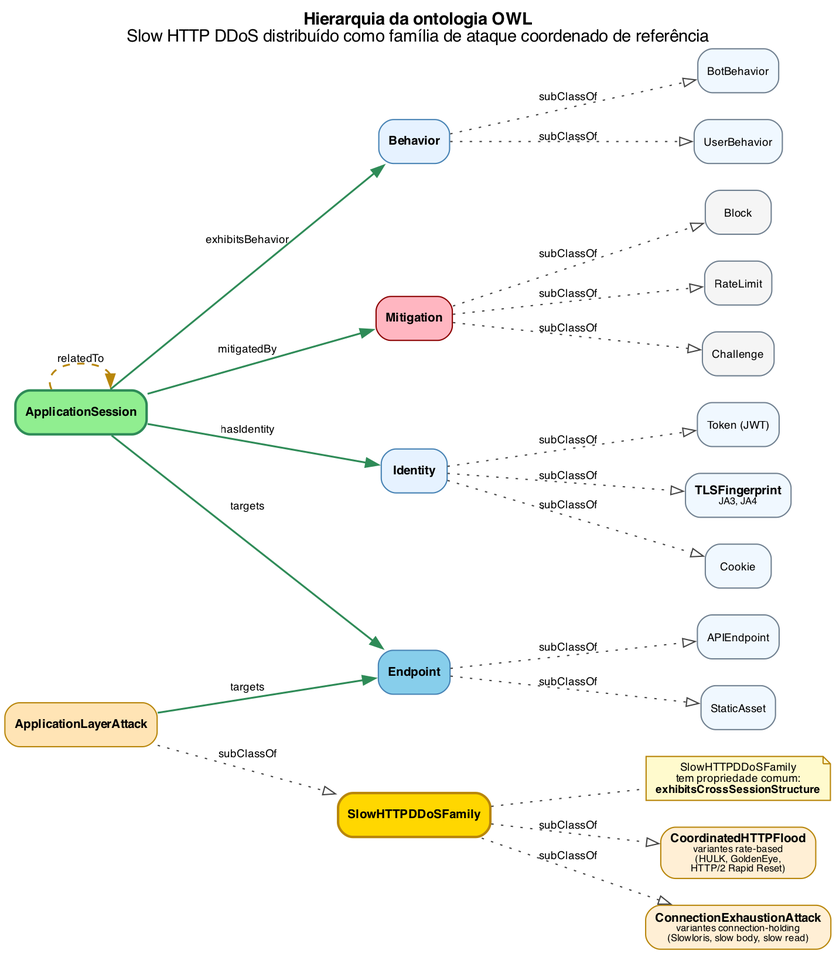
This is docs/figures/png/05-ontology-class-hierarchy.png from Natanael0liveira/knowledge-graph-ddos-article, a Graphviz export, as it was before one commit. Its source is kept beside it as docs/figures/dot/05-ontology-class-hierarchy.dot. The source it was exported from:
```dot

digraph OntologyClassHierarchy {
    rankdir=LR;
    bgcolor="white";
    fontname="Helvetica";
    nodesep=0.3;
    ranksep=1.1;
    labelloc="t";
    label=<<B>Hierarquia da ontologia OWL</B><BR/>Slow HTTP DDoS distribuído como família de ataque coordenado de referência>;

    node [fontname="Helvetica", fontsize=10, shape=box, style="filled,rounded"];
    edge [fontname="Helvetica", fontsize=9, color="#444444"];

    AppSession [
        label=<<B>ApplicationSession</B>>,
        fillcolor="#90EE90", color="#2E8B57", penwidth=2
    ];

    AppLayerAttack [label=<<B>ApplicationLayerAttack</B>>, fillcolor="#FFE4B5", color="#B8860B"];
    SlowHTTPFamily [
        label=<<B>SlowHTTPDDoSFamily</B>>,
        fillcolor="#FFD700", color="#B8860B", penwidth=2
    ];

    CoordHTTPFlood [
        label=<<B>CoordinatedHTTPFlood</B><BR/><FONT POINT-SIZE="8">variantes rate-based<BR/>(HULK, GoldenEye,<BR/>HTTP/2 Rapid Reset)</FONT>>,
        fillcolor="#FFEFD5", color="#B8860B"
    ];

    ConnExhaustion [
        label=<<B>ConnectionExhaustionAttack</B><BR/><FONT POINT-SIZE="8">variantes connection-holding<BR/>(Slowloris, slow body, slow read)</FONT>>,
        fillcolor="#FFEFD5", color="#B8860B"
    ];

    AppLayerAttack -> SlowHTTPFamily [label="subClassOf", style=dotted, arrowhead=empty];
    SlowHTTPFamily -> CoordHTTPFlood [label="subClassOf", style=dotted, arrowhead=empty];
    SlowHTTPFamily -> ConnExhaustion [label="subClassOf", style=dotted, arrowhead=empty];

    Identity [label=<<B>Identity</B>>, fillcolor="#E6F2FF", color="#4682B4"];
    Cookie [label="Cookie", fillcolor="#F0F8FF", color="#708090", fontsize=9];
    Token [label="Token (JWT)", fillcolor="#F0F8FF", color="#708090", fontsize=9];
    TLSFp [label=<<B>TLSFingerprint</B><BR/><FONT POINT-SIZE="8">JA3, JA4</FONT>>, fillcolor="#F0F8FF", color="#708090"];

    Identity -> Cookie [label="subClassOf", style=dotted, arrowhead=empty];
    Identity -> Token [label="subClassOf", style=dotted, arrowhead=empty];
    Identity -> TLSFp [label="subClassOf", style=dotted, arrowhead=empty];

    Endpoint [label=<<B>Endpoint</B>>, fillcolor="#87CEEB", color="#4682B4"];
    APIEp [label="APIEndpoint", fillcolor="#F0F8FF", color="#708090", fontsize=9];
    StaticEp [label="StaticAsset", fillcolor="#F0F8FF", color="#708090", fontsize=9];

    Endpoint -> APIEp [label="subClassOf", style=dotted, arrowhead=empty];
    Endpoint -> StaticEp [label="subClassOf", style=dotted, arrowhead=empty];

    Behavior [label=<<B>Behavior</B>>, fillcolor="#E6F2FF", color="#4682B4"];
    UserBeh [label="UserBehavior", fillcolor="#F0F8FF", color="#708090", fontsize=9];
    BotBeh [label="BotBehavior", fillcolor="#F0F8FF", color="#708090", fontsize=9];

    Behavior -> UserBeh [label="subClassOf", style=dotted, arrowhead=empty];
    Behavior -> BotBeh [label="subClassOf", style=dotted, arrowhead=empty];

    Mitigation [label=<<B>Mitigation</B>>, fillcolor="#FFB6C1", color="#8B0000"];
    RateLim [label="RateLimit", fillcolor="#F5F5F5", color="#708090", fontsize=9];
    Challenge [label="Challenge", fillcolor="#F5F5F5", color="#708090", fontsize=9];
    Block [label="Block", fillcolor="#F5F5F5", color="#708090", fontsize=9];

    Mitigation -> RateLim [label="subClassOf", style=dotted, arrowhead=empty];
    Mitigation -> Challenge [label="subClassOf", style=dotted, arrowhead=empty];
    Mitigation -> Block [label="subClassOf", style=dotted, arrowhead=empty];

    AppSession -> Identity [label="hasIdentity", color="#2E8B57", penwidth=1.5];
    AppSession -> Endpoint [label="targets", color="#2E8B57", penwidth=1.5];
    AppSession -> Behavior [label="exhibitsBehavior", color="#2E8B57", penwidth=1.5];
    AppSession -> AppSession [label="relatedTo", color="#B8860B", style=dashed, penwidth=1.5];
    AppSession -> Mitigation [label="mitigatedBy", color="#2E8B57", penwidth=1.5];

    AppLayerAttack -> Endpoint [label="targets", color="#2E8B57", penwidth=1.5];

    propnote [
        shape=note,
        label=<<FONT POINT-SIZE="9">SlowHTTPDDoSFamily<BR/>tem propriedade comum:<BR/><B>exhibitsCrossSessionStructure</B></FONT>>,
        fillcolor="#FFFACD", color="#B8860B"
    ];
    SlowHTTPFamily -> propnote [style=dotted, arrowhead=none];
}
```
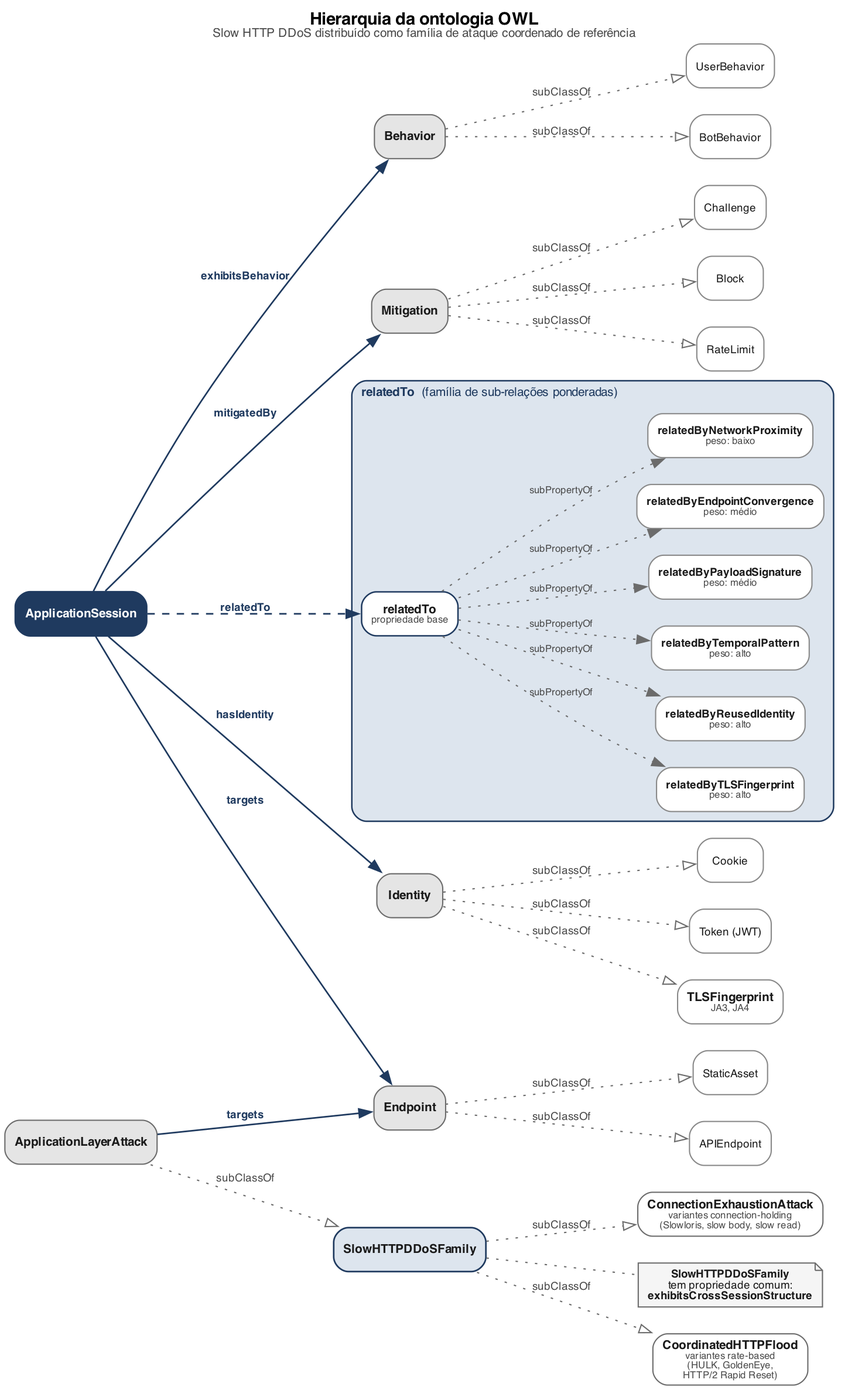
After the commit.

The edit, as a diff of the source:
```diff
@@ -4,82 +4,118 @@
     bgcolor="white";
     fontname="Helvetica";
     nodesep=0.3;
-    ranksep=1.1;
+    ranksep=1.0;
     labelloc="t";
-    label=<<B>Hierarquia da ontologia OWL</B><BR/>Slow HTTP DDoS distribuído como família de ataque coordenado de referência>;
+    label=<<B>Hierarquia da ontologia OWL</B><BR/><FONT POINT-SIZE="10" COLOR="#4A4A4A">Slow HTTP DDoS distribuído como família de ataque coordenado de referência</FONT>>;
 
-    node [fontname="Helvetica", fontsize=10, shape=box, style="filled,rounded"];
-    edge [fontname="Helvetica", fontsize=9, color="#444444"];
+    node [fontname="Helvetica", fontsize=10, shape=box, style="filled,rounded", fontcolor="#1A1A1A"];
+    edge [fontname="Helvetica", fontsize=9, color="#6B6B6B", fontcolor="#4A4A4A"];
 
     AppSession [
         label=<<B>ApplicationSession</B>>,
-        fillcolor="#90EE90", color="#2E8B57", penwidth=2
+        fillcolor="#1F3A5F", fontcolor="white", color="#1F3A5F", penwidth=1.5
     ];
 
-    AppLayerAttack [label=<<B>ApplicationLayerAttack</B>>, fillcolor="#FFE4B5", color="#B8860B"];
+    AppLayerAttack [label=<<B>ApplicationLayerAttack</B>>, fillcolor="#E5E5E5", color="#6B6B6B"];
     SlowHTTPFamily [
         label=<<B>SlowHTTPDDoSFamily</B>>,
-        fillcolor="#FFD700", color="#B8860B", penwidth=2
+        fillcolor="#DDE5EE", color="#1F3A5F", penwidth=1.3
     ];
-
     CoordHTTPFlood [
-        label=<<B>CoordinatedHTTPFlood</B><BR/><FONT POINT-SIZE="8">variantes rate-based<BR/>(HULK, GoldenEye,<BR/>HTTP/2 Rapid Reset)</FONT>>,
-        fillcolor="#FFEFD5", color="#B8860B"
+        label=<<B>CoordinatedHTTPFlood</B><BR/><FONT POINT-SIZE="8" COLOR="#4A4A4A">variantes rate-based<BR/>(HULK, GoldenEye,<BR/>HTTP/2 Rapid Reset)</FONT>>,
+        fillcolor="white", color="#6B6B6B"
     ];
-
     ConnExhaustion [
-        label=<<B>ConnectionExhaustionAttack</B><BR/><FONT POINT-SIZE="8">variantes connection-holding<BR/>(Slowloris, slow body, slow read)</FONT>>,
-        fillcolor="#FFEFD5", color="#B8860B"
+        label=<<B>ConnectionExhaustionAttack</B><BR/><FONT POINT-SIZE="8" COLOR="#4A4A4A">variantes connection-holding<BR/>(Slowloris, slow body, slow read)</FONT>>,
+        fillcolor="white", color="#6B6B6B"
     ];
 
     AppLayerAttack -> SlowHTTPFamily [label="subClassOf", style=dotted, arrowhead=empty];
     SlowHTTPFamily -> CoordHTTPFlood [label="subClassOf", style=dotted, arrowhead=empty];
     SlowHTTPFamily -> ConnExhaustion [label="subClassOf", style=dotted, arrowhead=empty];
 
-    Identity [label=<<B>Identity</B>>, fillcolor="#E6F2FF", color="#4682B4"];
-    Cookie [label="Cookie", fillcolor="#F0F8FF", color="#708090", fontsize=9];
-    Token [label="Token (JWT)", fillcolor="#F0F8FF", color="#708090", fontsize=9];
-    TLSFp [label=<<B>TLSFingerprint</B><BR/><FONT POINT-SIZE="8">JA3, JA4</FONT>>, fillcolor="#F0F8FF", color="#708090"];
+    Identity [label=<<B>Identity</B>>, fillcolor="#E5E5E5", color="#6B6B6B"];
+    Cookie [label="Cookie", fillcolor="white", color="#888888", fontsize=9];
+    Token [label="Token (JWT)", fillcolor="white", color="#888888", fontsize=9];
+    TLSFp [
+        label=<<B>TLSFingerprint</B><BR/><FONT POINT-SIZE="8" COLOR="#4A4A4A">JA3, JA4</FONT>>,
+        fillcolor="white", color="#888888"
+    ];
 
     Identity -> Cookie [label="subClassOf", style=dotted, arrowhead=empty];
     Identity -> Token [label="subClassOf", style=dotted, arrowhead=empty];
     Identity -> TLSFp [label="subClassOf", style=dotted, arrowhead=empty];
 
-    Endpoint [label=<<B>Endpoint</B>>, fillcolor="#87CEEB", color="#4682B4"];
-    APIEp [label="APIEndpoint", fillcolor="#F0F8FF", color="#708090", fontsize=9];
-    StaticEp [label="StaticAsset", fillcolor="#F0F8FF", color="#708090", fontsize=9];
+    Endpoint [label=<<B>Endpoint</B>>, fillcolor="#E5E5E5", color="#6B6B6B"];
+    APIEp [label="APIEndpoint", fillcolor="white", color="#888888", fontsize=9];
+    StaticEp [label="StaticAsset", fillcolor="white", color="#888888", fontsize=9];
 
     Endpoint -> APIEp [label="subClassOf", style=dotted, arrowhead=empty];
     Endpoint -> StaticEp [label="subClassOf", style=dotted, arrowhead=empty];
 
-    Behavior [label=<<B>Behavior</B>>, fillcolor="#E6F2FF", color="#4682B4"];
-    UserBeh [label="UserBehavior", fillcolor="#F0F8FF", color="#708090", fontsize=9];
-    BotBeh [label="BotBehavior", fillcolor="#F0F8FF", color="#708090", fontsize=9];
+    Behavior [label=<<B>Behavior</B>>, fillcolor="#E5E5E5", color="#6B6B6B"];
+    UserBeh [label="UserBehavior", fillcolor="white", color="#888888", fontsize=9];
+    BotBeh [label="BotBehavior", fillcolor="white", color="#888888", fontsize=9];
 
     Behavior -> UserBeh [label="subClassOf", style=dotted, arrowhead=empty];
     Behavior -> BotBeh [label="subClassOf", style=dotted, arrowhead=empty];
 
-    Mitigation [label=<<B>Mitigation</B>>, fillcolor="#FFB6C1", color="#8B0000"];
-    RateLim [label="RateLimit", fillcolor="#F5F5F5", color="#708090", fontsize=9];
-    Challenge [label="Challenge", fillcolor="#F5F5F5", color="#708090", fontsize=9];
-    Block [label="Block", fillcolor="#F5F5F5", color="#708090", fontsize=9];
+    Mitigation [label=<<B>Mitigation</B>>, fillcolor="#E5E5E5", color="#6B6B6B"];
+    RateLim [label="RateLimit", fillcolor="white", color="#888888", fontsize=9];
+    Challenge [label="Challenge", fillcolor="white", color="#888888", fontsize=9];
+    Block [label="Block", fillcolor="white", color="#888888", fontsize=9];
 
     Mitigation -> RateLim [label="subClassOf", style=dotted, arrowhead=empty];
     Mitigation -> Challenge [label="subClassOf", style=dotted, arrowhead=empty];
     Mitigation -> Block [label="subClassOf", style=dotted, arrowhead=empty];
 
-    AppSession -> Identity [label="hasIdentity", color="#2E8B57", penwidth=1.5];
-    AppSession -> Endpoint [label="targets", color="#2E8B57", penwidth=1.5];
-    AppSession -> Behavior [label="exhibitsBehavior", color="#2E8B57", penwidth=1.5];
-    AppSession -> AppSession [label="relatedTo", color="#B8860B", style=dashed, penwidth=1.5];
-    AppSession -> Mitigation [label="mitigatedBy", color="#2E8B57", penwidth=1.5];
+    AppSession -> Identity   [label=<<B>hasIdentity</B>>,        color="#1F3A5F", fontcolor="#1F3A5F", penwidth=1.3];
+    AppSession -> Endpoint   [label=<<B>targets</B>>,             color="#1F3A5F", fontcolor="#1F3A5F", penwidth=1.3];
+    AppSession -> Behavior   [label=<<B>exhibitsBehavior</B>>,    color="#1F3A5F", fontcolor="#1F3A5F", penwidth=1.3];
+    AppSession -> Mitigation [label=<<B>mitigatedBy</B>>,         color="#1F3A5F", fontcolor="#1F3A5F", penwidth=1.3];
 
-    AppLayerAttack -> Endpoint [label="targets", color="#2E8B57", penwidth=1.5];
+    subgraph cluster_relatedTo {
+        label=<<B>relatedTo</B>  (família de sub-relações ponderadas)>;
+        labelloc="t";
+        labeljust="l";
+        fontsize=10;
+        fontcolor="#1F3A5F";
+        style="filled,rounded";
+        fillcolor="#DDE5EE";
+        color="#1F3A5F";
+        penwidth=1.2;
+
+        rt_root [
+            label=<<B>relatedTo</B><BR/><FONT POINT-SIZE="8" COLOR="#4A4A4A">propriedade base</FONT>>,
+            fillcolor="white", color="#1F3A5F", penwidth=1.2
+        ];
+
+        rt_tls [label=<<B>relatedByTLSFingerprint</B><BR/><FONT POINT-SIZE="8" COLOR="#4A4A4A">peso: alto</FONT>>, fillcolor="white", color="#888888", fontsize=9];
+        rt_id  [label=<<B>relatedByReusedIdentity</B><BR/><FONT POINT-SIZE="8" COLOR="#4A4A4A">peso: alto</FONT>>, fillcolor="white", color="#888888", fontsize=9];
+        rt_tmp [label=<<B>relatedByTemporalPattern</B><BR/><FONT POINT-SIZE="8" COLOR="#4A4A4A">peso: alto</FONT>>, fillcolor="white", color="#888888", fontsize=9];
+        rt_pl  [label=<<B>relatedByPayloadSignature</B><BR/><FONT POINT-SIZE="8" COLOR="#4A4A4A">peso: médio</FONT>>, fillcolor="white", color="#888888", fontsize=9];
+        rt_ec  [label=<<B>relatedByEndpointConvergence</B><BR/><FONT POINT-SIZE="8" COLOR="#4A4A4A">peso: médio</FONT>>, fillcolor="white", color="#888888", fontsize=9];
+        rt_net [label=<<B>relatedByNetworkProximity</B><BR/><FONT POINT-SIZE="8" COLOR="#4A4A4A">peso: baixo</FONT>>, fillcolor="white", color="#888888", fontsize=9];
+
+        rt_root -> rt_tls [label="subPropertyOf", style=dotted, fontsize=8];
+        rt_root -> rt_id  [label="subPropertyOf", style=dotted, fontsize=8];
+        rt_root -> rt_tmp [label="subPropertyOf", style=dotted, fontsize=8];
+        rt_root -> rt_pl  [label="subPropertyOf", style=dotted, fontsize=8];
+        rt_root -> rt_ec  [label="subPropertyOf", style=dotted, fontsize=8];
+        rt_root -> rt_net [label="subPropertyOf", style=dotted, fontsize=8];
+    }
+
+    AppSession -> rt_root [
+        label=<<B>relatedTo</B>>,
+        color="#1F3A5F", fontcolor="#1F3A5F", penwidth=1.3, style=dashed
+    ];
+
+    AppLayerAttack -> Endpoint [label=<<B>targets</B>>, color="#1F3A5F", fontcolor="#1F3A5F", penwidth=1.3];
 
     propnote [
         shape=note,
-        label=<<FONT POINT-SIZE="9">SlowHTTPDDoSFamily<BR/>tem propriedade comum:<BR/><B>exhibitsCrossSessionStructure</B></FONT>>,
-        fillcolor="#FFFACD", color="#B8860B"
+        label=<<FONT POINT-SIZE="9"><B>SlowHTTPDDoSFamily</B><BR/>tem propriedade comum:<BR/><B>exhibitsCrossSessionStructure</B></FONT>>,
+        fillcolor="#F5F5F5", color="#6B6B6B", style=filled, fontcolor="#1A1A1A"
     ];
     SlowHTTPFamily -> propnote [style=dotted, arrowhead=none];
 }
```
